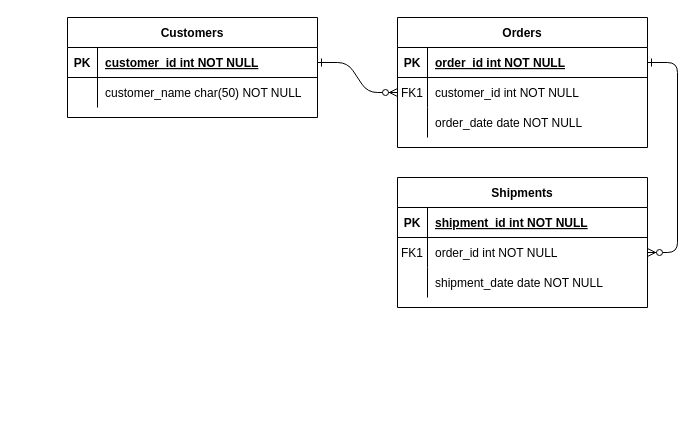
The draw.io diagram University.drawio in Pong2605/14-homework, before the edit. Source tidied: cells renumbered, new cells numbered last; positions are measured from the earlier drawing's top-left corner, leaving out a move shared by most shapes. Both pictures are drawn from the tidied source at 100%, with x=0, y=0 at pixel (67, 17).
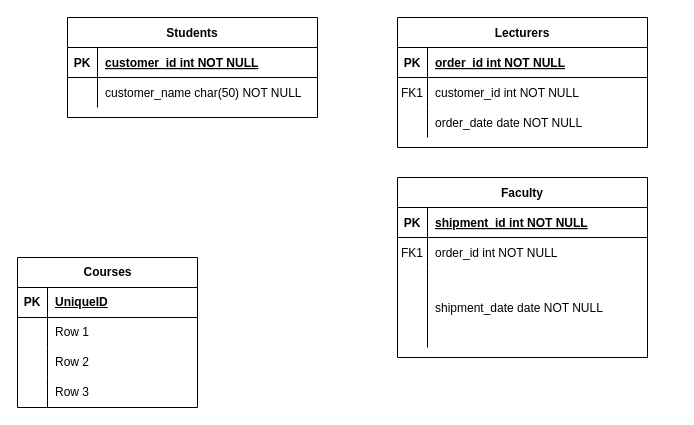
After the change.

Unchanged cells that the change refers to:
```xml
<mxCell id="5" style="shape=partialRectangle;fillColor=none;points=[[0,0.5],[1,0.5]];portConstraint=eastwest;top=0;left=0;right=0;bottom=1;" parent="4" vertex="1">
  <mxGeometry y="30" width="250" height="30" as="geometry" />
</mxCell>
<mxCell id="8" style="shape=partialRectangle;fillColor=none;points=[[0,0.5],[1,0.5]];portConstraint=eastwest;top=0;left=0;right=0;bottom=0;" parent="4" vertex="1">
  <mxGeometry y="60" width="250" height="30" as="geometry" />
</mxCell>
<mxCell id="18" style="shape=partialRectangle;fillColor=none;points=[[0,0.5],[1,0.5]];portConstraint=eastwest;top=0;left=0;right=0;bottom=0;" parent="14" vertex="1">
  <mxGeometry y="60" width="250" height="30" as="geometry" />
</mxCell>
<mxCell id="25" style="shape=partialRectangle;fillColor=none;points=[[0,0.5],[1,0.5]];portConstraint=eastwest;top=0;left=0;right=0;bottom=1;" parent="24" vertex="1">
  <mxGeometry y="30" width="250" height="30" as="geometry" />
</mxCell>
```

The edit, as a diff of the source:
```diff
@@
-    <mxCell id="2" style="edgeStyle=entityRelationEdgeStyle;endArrow=ERzeroToMany;startArrow=ERone;endFill=1;startFill=0;" parent="1" edge="1" source="25" target="8">
-      <mxGeometry relative="1" as="geometry" />
-    </mxCell>
-    <mxCell id="3" style="edgeStyle=entityRelationEdgeStyle;endArrow=ERzeroToMany;startArrow=ERone;endFill=1;startFill=0;" parent="1" edge="1" source="5" target="18">
-      <mxGeometry relative="1" as="geometry" />
-    </mxCell>
-    <mxCell id="4" value="Orders" style="shape=table;startSize=30;childLayout=tableLayout;rowLines=0;fontStyle=1;align=center;" parent="1" vertex="1">
+    <mxCell id="4" value="Lecturers" style="shape=table;startSize=30;childLayout=tableLayout;rowLines=0;fontStyle=1;align=center;" parent="1" vertex="1">
       <mxGeometry x="330" width="250" height="130" as="geometry" />
     </mxCell>
@@
-    <mxCell id="14" value="Shipments" style="shape=table;startSize=30;childLayout=tableLayout;rowLines=0;fontStyle=1;align=center;" parent="1" vertex="1">
-      <mxGeometry x="330" y="160" width="250" height="130" as="geometry" />
+    <mxCell id="14" value="Faculty" style="shape=table;startSize=30;childLayout=tableLayout;rowLines=0;fontStyle=1;align=center;" parent="1" vertex="1">
+      <mxGeometry x="330" y="160" width="250" height="180" as="geometry" />
     </mxCell>
@@
     <mxCell id="21" style="shape=partialRectangle;fillColor=none;top=0;left=0;right=0;bottom=0;" parent="14" vertex="1">
-      <mxGeometry y="90" width="250" height="30" as="geometry" />
+      <mxGeometry y="90" width="250" height="80" as="geometry" />
     </mxCell>
     <mxCell id="22" style="shape=partialRectangle;overflow=hidden;fillColor=none;top=0;left=0;bottom=0;right=0;" parent="21" vertex="1">
-      <mxGeometry width="30" height="30" as="geometry" />
+      <mxGeometry width="30" height="80" as="geometry" />
     </mxCell>
     <mxCell id="23" value="shipment_date date NOT NULL" style="shape=partialRectangle;overflow=hidden;fillColor=none;top=0;left=0;bottom=0;right=0;align=left;spacingLeft=6;" parent="21" vertex="1">
-      <mxGeometry x="30" width="220" height="30" as="geometry" />
+      <mxGeometry x="30" width="220" height="80" as="geometry" />
     </mxCell>
-    <mxCell id="24" value="Customers" style="shape=table;startSize=30;childLayout=tableLayout;rowLines=0;fontStyle=1;align=center;" parent="1" vertex="1">
+    <mxCell id="24" value="Students" style="shape=table;startSize=30;childLayout=tableLayout;rowLines=0;fontStyle=1;align=center;" parent="1" vertex="1">
       <mxGeometry width="250" height="100" as="geometry" />
     </mxCell>
@@
+    <mxCell id="31" value="Courses" style="shape=table;startSize=30;childLayout=tableLayout;rowLines=0;fontStyle=1;align=center;html=1;" parent="1" vertex="1">
+      <mxGeometry x="-50" y="240" width="180" height="150" as="geometry" />
+    </mxCell>
+    <mxCell id="32" style="shape=tableRow;horizontal=0;startSize=0;swimlaneHead=0;swimlaneBody=0;fillColor=none;top=0;left=0;right=0;bottom=1;" parent="31" vertex="1">
+      <mxGeometry y="30" width="180" height="30" as="geometry" />
+    </mxCell>
+    <mxCell id="33" value="PK" style="shape=partialRectangle;fillColor=none;top=0;left=0;bottom=0;right=0;fontStyle=1;overflow=hidden;whiteSpace=wrap;html=1;" parent="32" vertex="1">
+      <mxGeometry width="30" height="30" as="geometry" />
+    </mxCell>
+    <mxCell id="34" value="UniqueID" style="shape=partialRectangle;fillColor=none;top=0;left=0;bottom=0;right=0;align=left;spacingLeft=6;fontStyle=5;overflow=hidden;whiteSpace=wrap;html=1;" parent="32" vertex="1">
+      <mxGeometry x="30" width="150" height="30" as="geometry" />
+    </mxCell>
+    <mxCell id="35" style="shape=tableRow;horizontal=0;startSize=0;swimlaneHead=0;swimlaneBody=0;fillColor=none;top=0;left=0;right=0;bottom=0;" parent="31" vertex="1">
+      <mxGeometry y="60" width="180" height="30" as="geometry" />
+    </mxCell>
+    <mxCell id="36" style="shape=partialRectangle;fillColor=none;top=0;left=0;bottom=0;right=0;overflow=hidden;whiteSpace=wrap;html=1;" parent="35" vertex="1">
+      <mxGeometry width="30" height="30" as="geometry" />
+    </mxCell>
+    <mxCell id="37" value="Row 1" style="shape=partialRectangle;fillColor=none;top=0;left=0;bottom=0;right=0;align=left;spacingLeft=6;overflow=hidden;whiteSpace=wrap;html=1;" parent="35" vertex="1">
+      <mxGeometry x="30" width="150" height="30" as="geometry" />
+    </mxCell>
+    <mxCell id="38" style="shape=tableRow;horizontal=0;startSize=0;swimlaneHead=0;swimlaneBody=0;fillColor=none;top=0;left=0;right=0;bottom=0;" parent="31" vertex="1">
+      <mxGeometry y="90" width="180" height="30" as="geometry" />
+    </mxCell>
+    <mxCell id="39" style="shape=partialRectangle;fillColor=none;top=0;left=0;bottom=0;right=0;overflow=hidden;whiteSpace=wrap;html=1;" parent="38" vertex="1">
+      <mxGeometry width="30" height="30" as="geometry" />
+    </mxCell>
+    <mxCell id="40" value="Row 2" style="shape=partialRectangle;fillColor=none;top=0;left=0;bottom=0;right=0;align=left;spacingLeft=6;overflow=hidden;whiteSpace=wrap;html=1;" parent="38" vertex="1">
+      <mxGeometry x="30" width="150" height="30" as="geometry" />
+    </mxCell>
+    <mxCell id="41" style="shape=tableRow;horizontal=0;startSize=0;swimlaneHead=0;swimlaneBody=0;fillColor=none;top=0;left=0;right=0;bottom=0;" parent="31" vertex="1">
+      <mxGeometry y="120" width="180" height="30" as="geometry" />
+    </mxCell>
+    <mxCell id="42" style="shape=partialRectangle;fillColor=none;top=0;left=0;bottom=0;right=0;overflow=hidden;whiteSpace=wrap;html=1;" parent="41" vertex="1">
+      <mxGeometry width="30" height="30" as="geometry" />
+    </mxCell>
+    <mxCell id="43" value="Row 3" style="shape=partialRectangle;fillColor=none;top=0;left=0;bottom=0;right=0;align=left;spacingLeft=6;overflow=hidden;whiteSpace=wrap;html=1;" parent="41" vertex="1">
+      <mxGeometry x="30" width="150" height="30" as="geometry" />
+    </mxCell>
```
